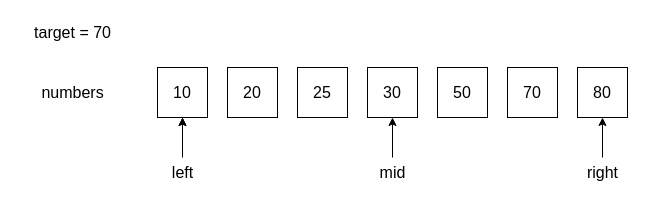
Kwooley/BinSearch keeps this draw.io diagram as bin.drawio. Above is the earlier version. Source tidied: cells renumbered, new cells numbered last; positions are measured from the earlier drawing's top-left corner, leaving out a move shared by most shapes. Both pictures are drawn from the tidied source at 100%, with x=0, y=0 at pixel (22, 17).
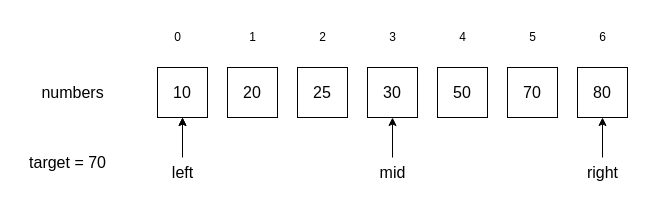
The same page after the edit.

Change to the diagram source:
```diff
@@
     <mxCell id="10" value="target = 70" style="text;html=1;align=center;verticalAlign=middle;strokeColor=none;fillColor=none;fontSize=16;" parent="1" vertex="1">
-      <mxGeometry width="100" height="30" as="geometry" />
+      <mxGeometry x="-5" y="130" width="100" height="30" as="geometry" />
     </mxCell>
@@
+    <mxCell id="18" value="0" style="text;html=1;align=center;verticalAlign=middle;strokeColor=none;fillColor=none;" parent="1" vertex="1">
+      <mxGeometry x="140" y="5" width="30" height="30" as="geometry" />
+    </mxCell>
+    <mxCell id="19" value="1" style="text;html=1;align=center;verticalAlign=middle;strokeColor=none;fillColor=none;" parent="1" vertex="1">
+      <mxGeometry x="215" y="5" width="30" height="30" as="geometry" />
+    </mxCell>
+    <mxCell id="20" value="2" style="text;html=1;align=center;verticalAlign=middle;strokeColor=none;fillColor=none;" parent="1" vertex="1">
+      <mxGeometry x="285" y="5" width="30" height="30" as="geometry" />
+    </mxCell>
+    <mxCell id="21" value="3" style="text;html=1;align=center;verticalAlign=middle;strokeColor=none;fillColor=none;" parent="1" vertex="1">
+      <mxGeometry x="355" y="5" width="30" height="30" as="geometry" />
+    </mxCell>
+    <mxCell id="22" value="4" style="text;html=1;align=center;verticalAlign=middle;strokeColor=none;fillColor=none;" parent="1" vertex="1">
+      <mxGeometry x="425" y="5" width="30" height="30" as="geometry" />
+    </mxCell>
+    <mxCell id="23" value="5" style="text;html=1;align=center;verticalAlign=middle;strokeColor=none;fillColor=none;" parent="1" vertex="1">
+      <mxGeometry x="495" y="5" width="30" height="30" as="geometry" />
+    </mxCell>
+    <mxCell id="24" value="6" style="text;html=1;align=center;verticalAlign=middle;strokeColor=none;fillColor=none;" parent="1" vertex="1">
+      <mxGeometry x="565" y="5" width="30" height="30" as="geometry" />
+    </mxCell>
```
